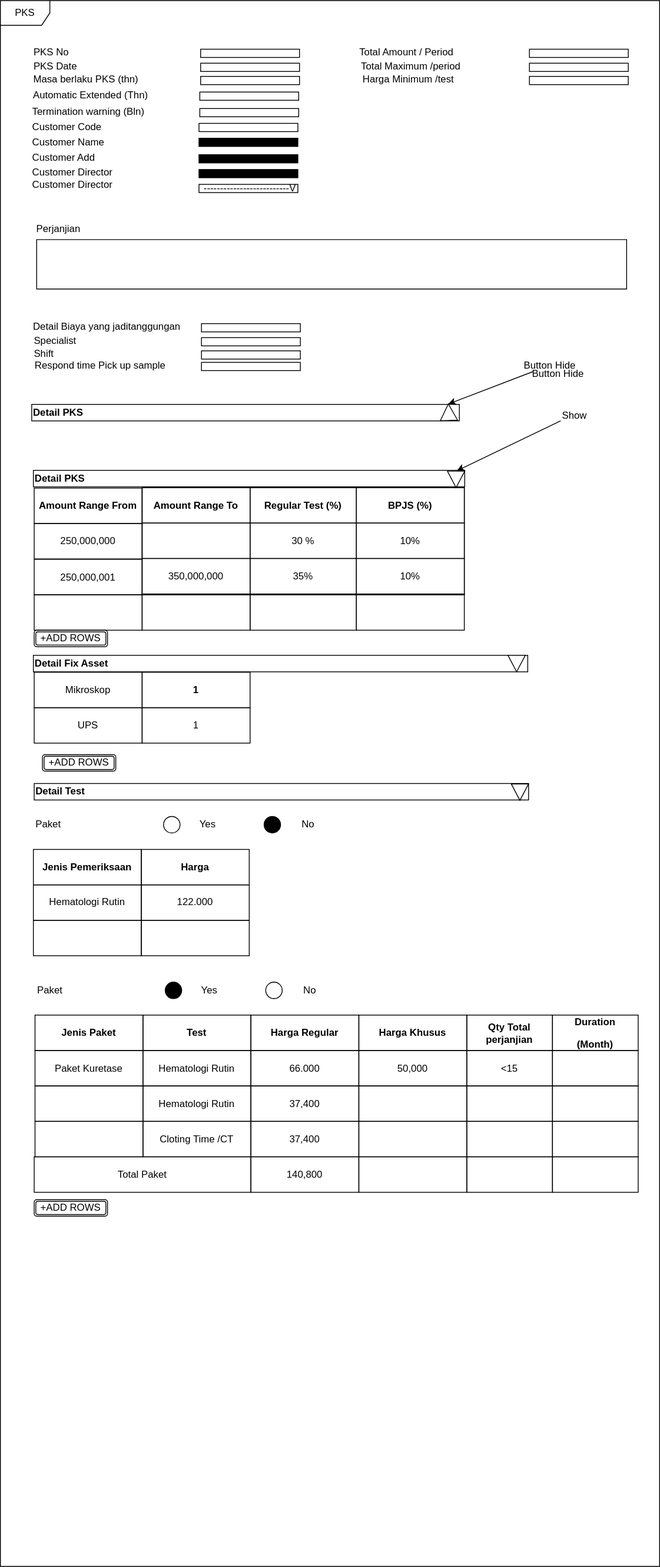
Before: pattern/FSD.svg, a diagram exported from draw.io (riduan-risandi/inno_collection_diagram). Source tidied: cells renumbered, new cells last; positions are measured from the earlier drawing's top-left corner, leaving out a move shared by most shapes.
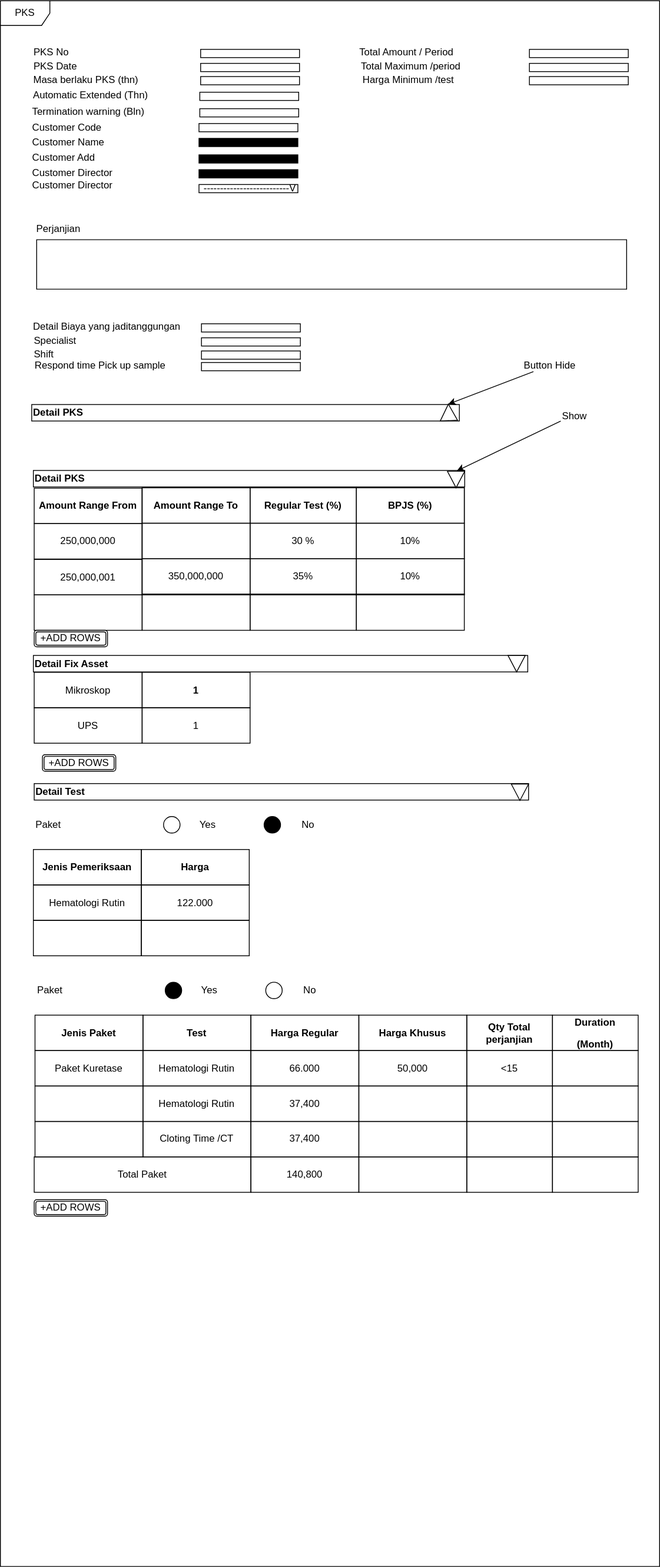
The same file after the commit.

Change to the diagram source:
```diff
@@ -232,9 +232,6 @@
     <mxCell id="77" style="triangle;whiteSpace=wrap;html=1;rotation=90;" parent="1" vertex="1">
       <mxGeometry x="620.5" y="950" width="20" height="21" as="geometry" />
     </mxCell>
-    <mxCell id="78" value="Button Hide" style="text;html=1;strokeColor=none;fillColor=none;align=center;verticalAlign=middle;whiteSpace=wrap;rounded=0;" parent="1" vertex="1">
-      <mxGeometry x="606.5" y="445" width="140" height="15" as="geometry" />
-    </mxCell>
     <mxCell id="79" value="Paket" style="text;strokeColor=none;fillColor=none;align=left;verticalAlign=middle;spacingLeft=4;spacingRight=4;overflow=hidden;whiteSpace=wrap;html=1;" parent="1" vertex="1">
       <mxGeometry x="37" y="990" width="83" height="20" as="geometry" />
     </mxCell>
```
